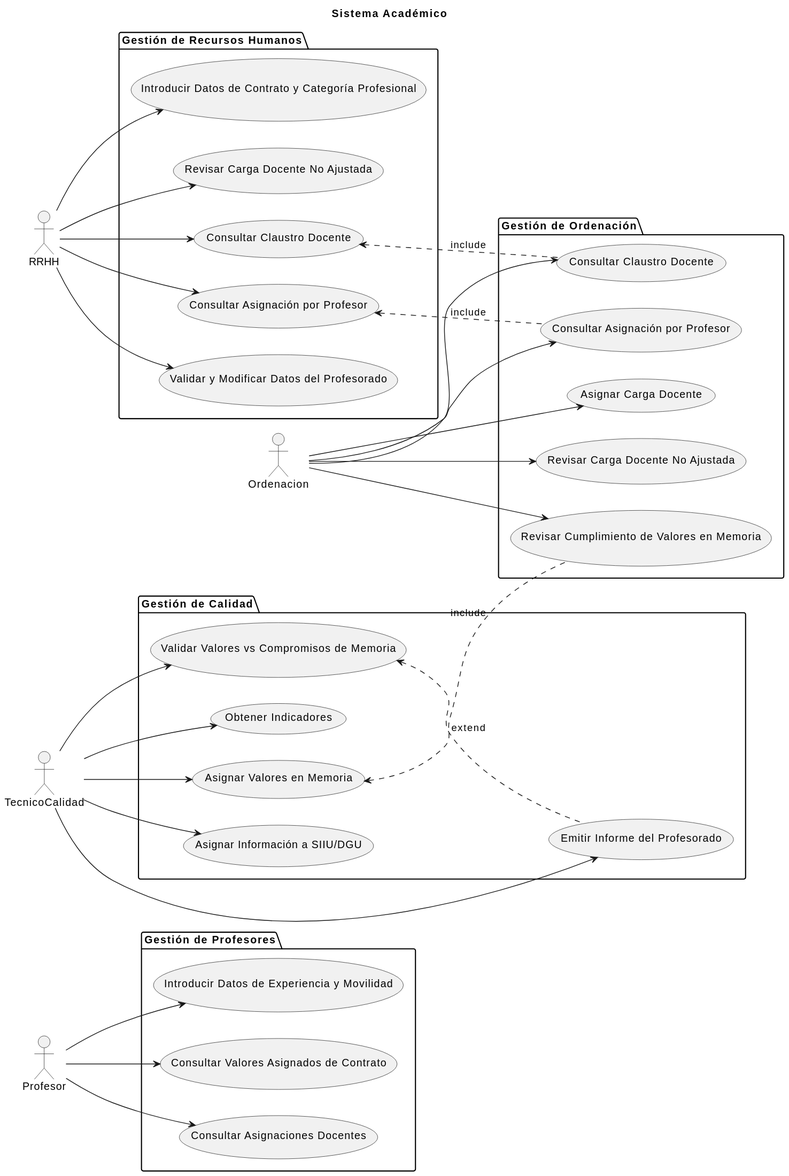
mmasias/24-25-IdSw1-SDR keeps this PlantUML diagram as images/modelosUML/CdU/EstructurarCasosDeUso/esquema.svg. Above is the earlier version. The source it was exported from:
```plantuml
@startuml
left to right direction

title Sistema Académico

package "Gestión de Profesores" {
    usecase "Introducir Datos de Experiencia y Movilidad" as IntroducirExperiencia
    usecase "Consultar Valores Asignados de Contrato" as ConsultarValores
    usecase "Consultar Asignaciones Docentes" as ConsultarAsignaciones
}

package "Gestión de Recursos Humanos" {
    usecase "Validar y Modificar Datos del Profesorado" as ValidarDatosRRHH
    usecase "Introducir Datos de Contrato y Categoría Profesional" as IntroducirContrato
    usecase "Revisar Carga Docente No Ajustada" as RevisarCargaRRHH
    usecase "Consultar Claustro Docente" as ConsultarClaustroRRHH
    usecase "Consultar Asignación por Profesor" as ConsultarAsignacionRRHH
}

package "Gestión de Ordenación" {
    usecase "Asignar Carga Docente" as AsignarCargaOrdenacion
    usecase "Consultar Claustro Docente" as ConsultarClaustroOrdenacion
    usecase "Consultar Asignación por Profesor" as ConsultarAsignacionOrdenacion
    usecase "Revisar Carga Docente No Ajustada" as RevisarCargaOrdenacion
    usecase "Revisar Cumplimiento de Valores en Memoria" as RevisarMemoria
}

package "Gestión de Calidad" {
    usecase "Asignar Valores en Memoria" as AsignarValoresMemoria
    usecase "Asignar Información a SIIU/DGU" as AsignarInformacion
    usecase "Validar Valores vs Compromisos de Memoria" as ValidarMemoria
    usecase "Obtener Indicadores" as ObtenerIndicadores
    usecase "Emitir Informe del Profesorado" as EmitirInforme
}

actor Profesor
actor RRHH as RecursosHumanos
actor Ordenacion
actor TecnicoCalidad as Tecnico

Profesor --> IntroducirExperiencia
Profesor --> ConsultarValores
Profesor --> ConsultarAsignaciones

RecursosHumanos --> ValidarDatosRRHH
RecursosHumanos --> IntroducirContrato
RecursosHumanos --> RevisarCargaRRHH
RecursosHumanos --> ConsultarClaustroRRHH
RecursosHumanos --> ConsultarAsignacionRRHH

Ordenacion --> AsignarCargaOrdenacion
Ordenacion --> ConsultarClaustroOrdenacion
Ordenacion --> ConsultarAsignacionOrdenacion
Ordenacion --> RevisarCargaOrdenacion
Ordenacion --> RevisarMemoria

Tecnico --> AsignarValoresMemoria
Tecnico --> AsignarInformacion
Tecnico --> ValidarMemoria
Tecnico --> ObtenerIndicadores
Tecnico --> EmitirInforme

ConsultarClaustroRRHH <.. ConsultarClaustroOrdenacion : include
ConsultarAsignacionRRHH <.. ConsultarAsignacionOrdenacion : include
ValidarMemoria <.. EmitirInforme : extend
AsignarValoresMemoria <.. RevisarMemoria : include
@enduml
```
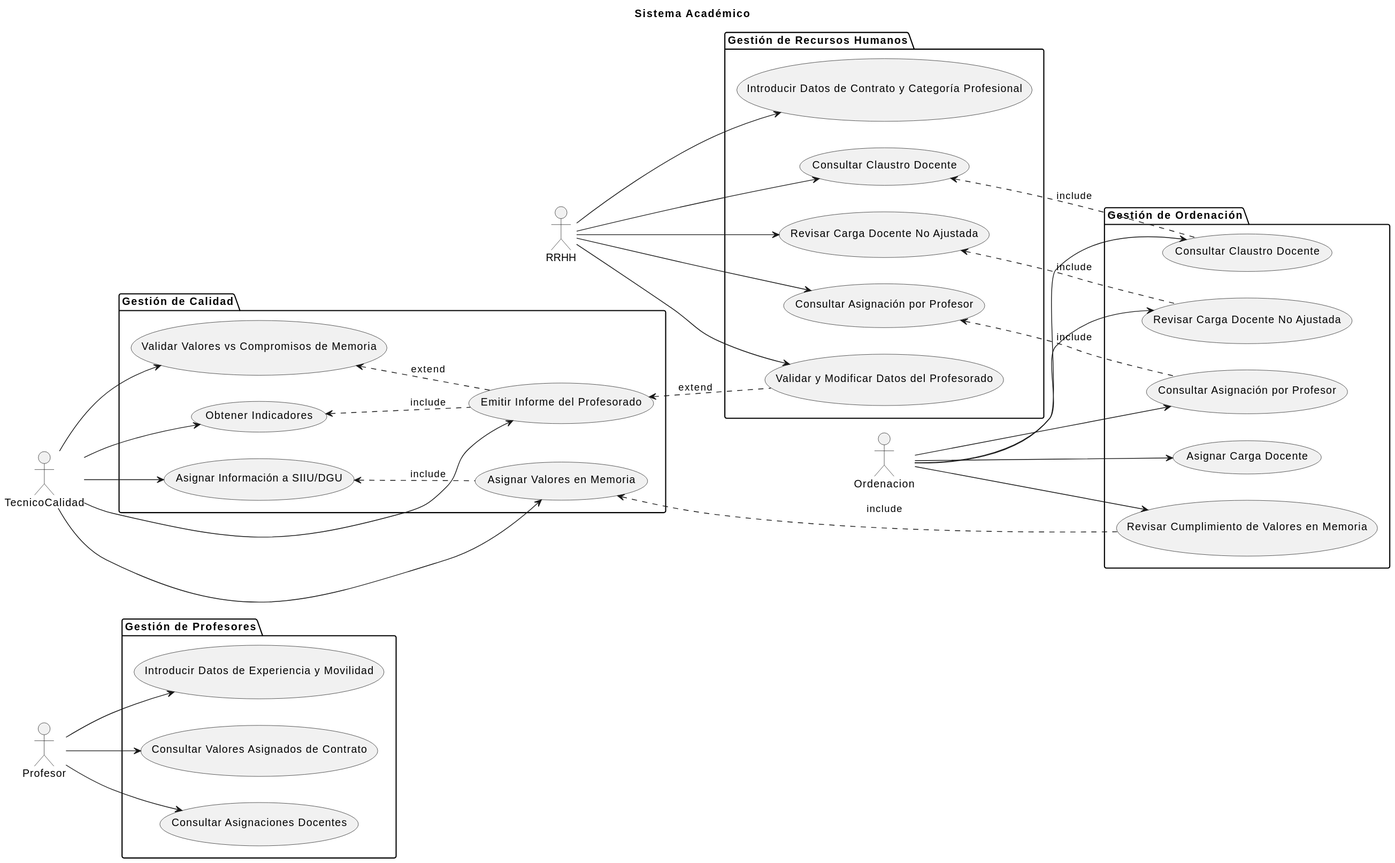
After the commit.

The edit, as a diff of the source:
```diff
@@ -64,4 +64,8 @@
 ConsultarAsignacionRRHH <.. ConsultarAsignacionOrdenacion : include
 ValidarMemoria <.. EmitirInforme : extend
 AsignarValoresMemoria <.. RevisarMemoria : include
+ObtenerIndicadores <.. EmitirInforme : include
+RevisarCargaRRHH <.. RevisarCargaOrdenacion : include
+AsignarInformacion <.. AsignarValoresMemoria : include
+EmitirInforme <.. ValidarDatosRRHH : extend
 @enduml
```
